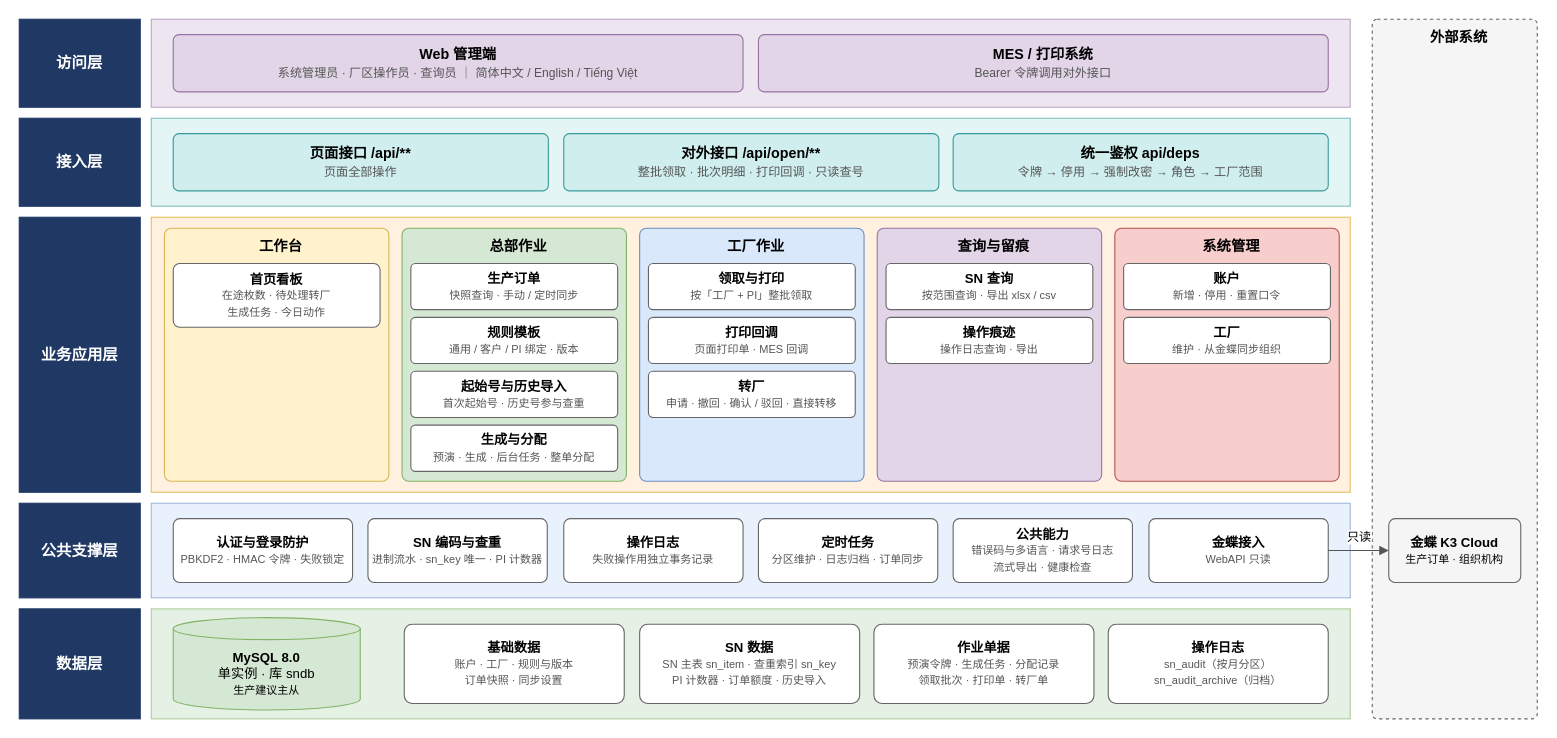
Createsnow/sn-center keeps this draw.io diagram as docs/images/系统技术方案/fig2-1-function.drawio. Above is the earlier version. Source tidied: cells renumbered, new cells numbered last; positions are measured from the earlier drawing's top-left corner, leaving out a move shared by most shapes. Both pictures are drawn from the tidied source at 110%, with x=0, y=0 at pixel (19, 19).
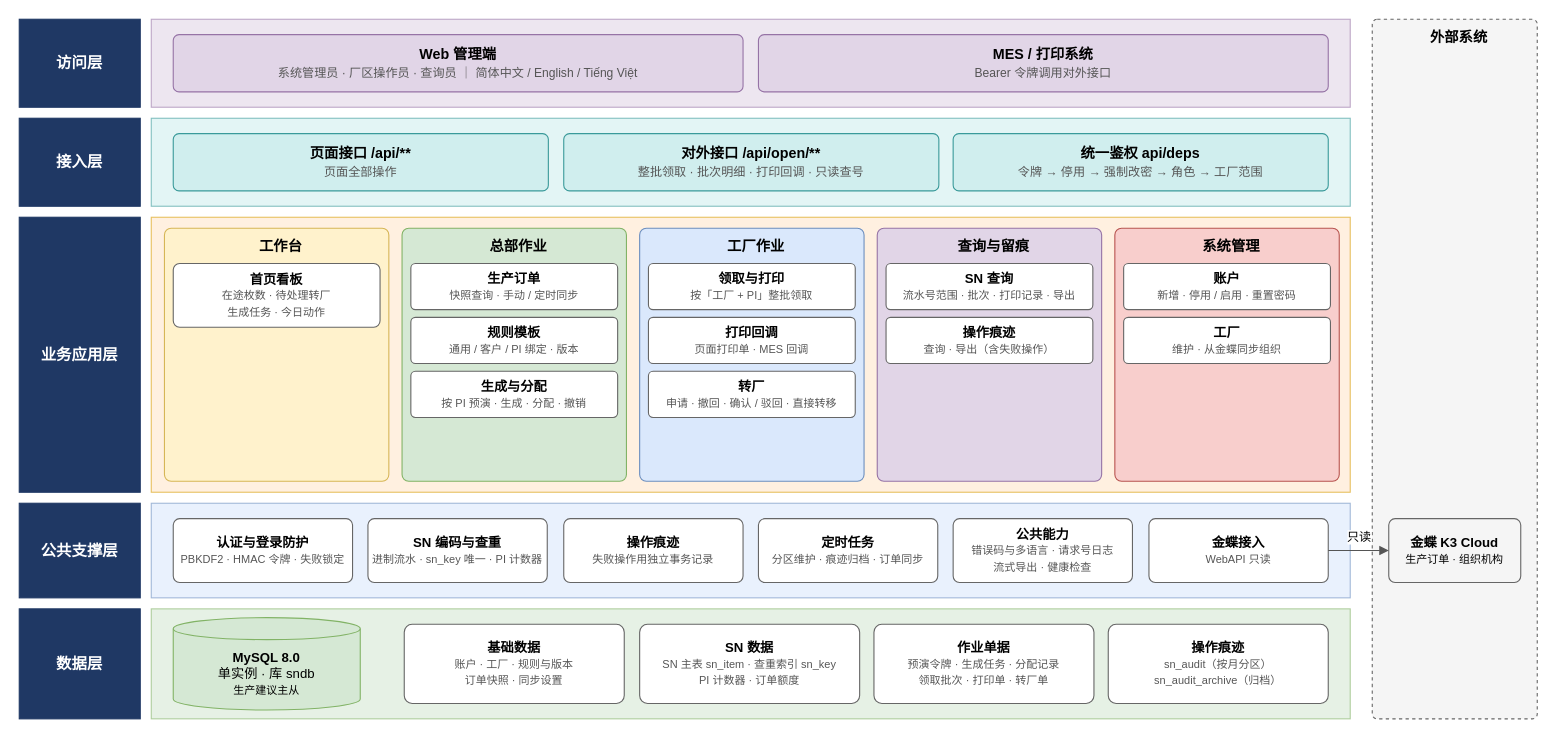
The same page after the edit.

Diff of the diagram source:
```diff
@@
-    <mxCell id="22" value="&lt;b&gt;起始号与历史导入&lt;/b&gt;&lt;br&gt;&lt;font style=&quot;font-size:10px&quot; color=&quot;#555555&quot;&gt;首次起始号 · 历史号参与查重&lt;/font&gt;" style="rounded=1;arcSize=10;whiteSpace=wrap;html=1;fillColor=#ffffff;strokeColor=#666666;fontSize=12;fontFamily=Microsoft YaHei,PingFang SC,Helvetica,Arial,WenQuanYi Zen Hei,sans-serif;" parent="1" vertex="1">
-      <mxGeometry x="356" y="320" width="188" height="42" as="geometry" />
-    </mxCell>
-    <mxCell id="23" value="&lt;b&gt;生成与分配&lt;/b&gt;&lt;br&gt;&lt;font style=&quot;font-size:10px&quot; color=&quot;#555555&quot;&gt;预演 · 生成 · 后台任务 · 整单分配&lt;/font&gt;" style="rounded=1;arcSize=10;whiteSpace=wrap;html=1;fillColor=#ffffff;strokeColor=#666666;fontSize=12;fontFamily=Microsoft YaHei,PingFang SC,Helvetica,Arial,WenQuanYi Zen Hei,sans-serif;" parent="1" vertex="1">
-      <mxGeometry x="356" y="369" width="188" height="42" as="geometry" />
+    <mxCell id="23" value="&lt;b&gt;生成与分配&lt;/b&gt;&lt;br&gt;&lt;font style=&quot;font-size:10px&quot; color=&quot;#555555&quot;&gt;按 PI 预演 · 生成 · 分配 · 撤销&lt;/font&gt;" style="rounded=1;arcSize=10;whiteSpace=wrap;html=1;fillColor=#ffffff;strokeColor=#666666;fontSize=12;fontFamily=Microsoft YaHei,PingFang SC,Helvetica,Arial,WenQuanYi Zen Hei,sans-serif;" parent="1" vertex="1">
+      <mxGeometry x="356" y="320" width="188" height="42" as="geometry" />
     </mxCell>
@@
-    <mxCell id="29" value="&lt;b&gt;SN 查询&lt;/b&gt;&lt;br&gt;&lt;font style=&quot;font-size:10px&quot; color=&quot;#555555&quot;&gt;按范围查询 · 导出 xlsx / csv&lt;/font&gt;" style="rounded=1;arcSize=10;whiteSpace=wrap;html=1;fillColor=#ffffff;strokeColor=#666666;fontSize=12;fontFamily=Microsoft YaHei,PingFang SC,Helvetica,Arial,WenQuanYi Zen Hei,sans-serif;" parent="1" vertex="1">
+    <mxCell id="29" value="&lt;b&gt;SN 查询&lt;/b&gt;&lt;br&gt;&lt;font style=&quot;font-size:10px&quot; color=&quot;#555555&quot;&gt;流水号范围 · 批次 · 打印记录 · 导出&lt;/font&gt;" style="rounded=1;arcSize=10;whiteSpace=wrap;html=1;fillColor=#ffffff;strokeColor=#666666;fontSize=12;fontFamily=Microsoft YaHei,PingFang SC,Helvetica,Arial,WenQuanYi Zen Hei,sans-serif;" parent="1" vertex="1">
       <mxGeometry x="788" y="222" width="188" height="42" as="geometry" />
     </mxCell>
-    <mxCell id="30" value="&lt;b&gt;操作痕迹&lt;/b&gt;&lt;br&gt;&lt;font style=&quot;font-size:10px&quot; color=&quot;#555555&quot;&gt;操作日志查询 · 导出&lt;/font&gt;" style="rounded=1;arcSize=10;whiteSpace=wrap;html=1;fillColor=#ffffff;strokeColor=#666666;fontSize=12;fontFamily=Microsoft YaHei,PingFang SC,Helvetica,Arial,WenQuanYi Zen Hei,sans-serif;" parent="1" vertex="1">
+    <mxCell id="30" value="&lt;b&gt;操作痕迹&lt;/b&gt;&lt;br&gt;&lt;font style=&quot;font-size:10px&quot; color=&quot;#555555&quot;&gt;查询 · 导出（含失败操作）&lt;/font&gt;" style="rounded=1;arcSize=10;whiteSpace=wrap;html=1;fillColor=#ffffff;strokeColor=#666666;fontSize=12;fontFamily=Microsoft YaHei,PingFang SC,Helvetica,Arial,WenQuanYi Zen Hei,sans-serif;" parent="1" vertex="1">
       <mxGeometry x="788" y="271" width="188" height="42" as="geometry" />
     </mxCell>
@@
-    <mxCell id="32" value="&lt;b&gt;账户&lt;/b&gt;&lt;br&gt;&lt;font style=&quot;font-size:10px&quot; color=&quot;#555555&quot;&gt;新增 · 停用 · 重置口令&lt;/font&gt;" style="rounded=1;arcSize=10;whiteSpace=wrap;html=1;fillColor=#ffffff;strokeColor=#666666;fontSize=12;fontFamily=Microsoft YaHei,PingFang SC,Helvetica,Arial,WenQuanYi Zen Hei,sans-serif;" parent="1" vertex="1">
+    <mxCell id="32" value="&lt;b&gt;账户&lt;/b&gt;&lt;br&gt;&lt;font style=&quot;font-size:10px&quot; color=&quot;#555555&quot;&gt;新增 · 停用 / 启用 · 重置密码&lt;/font&gt;" style="rounded=1;arcSize=10;whiteSpace=wrap;html=1;fillColor=#ffffff;strokeColor=#666666;fontSize=12;fontFamily=Microsoft YaHei,PingFang SC,Helvetica,Arial,WenQuanYi Zen Hei,sans-serif;" parent="1" vertex="1">
       <mxGeometry x="1004" y="222" width="188" height="42" as="geometry" />
     </mxCell>
@@
-    <mxCell id="36" value="&lt;b&gt;操作日志&lt;/b&gt;&lt;br&gt;&lt;font style=&quot;font-size:10px&quot; color=&quot;#555555&quot;&gt;失败操作用独立事务记录&lt;/font&gt;" style="rounded=1;arcSize=10;whiteSpace=wrap;html=1;fillColor=#ffffff;strokeColor=#666666;fontSize=12;fontFamily=Microsoft YaHei,PingFang SC,Helvetica,Arial,WenQuanYi Zen Hei,sans-serif;" parent="1" vertex="1">
+    <mxCell id="36" value="&lt;b&gt;操作痕迹&lt;/b&gt;&lt;br&gt;&lt;font style=&quot;font-size:10px&quot; color=&quot;#555555&quot;&gt;失败操作用独立事务记录&lt;/font&gt;" style="rounded=1;arcSize=10;whiteSpace=wrap;html=1;fillColor=#ffffff;strokeColor=#666666;fontSize=12;fontFamily=Microsoft YaHei,PingFang SC,Helvetica,Arial,WenQuanYi Zen Hei,sans-serif;" parent="1" vertex="1">
       <mxGeometry x="495" y="454" width="163" height="58" as="geometry" />
     </mxCell>
-    <mxCell id="37" value="&lt;b&gt;定时任务&lt;/b&gt;&lt;br&gt;&lt;font style=&quot;font-size:10px&quot; color=&quot;#555555&quot;&gt;分区维护 · 日志归档 · 订单同步&lt;/font&gt;" style="rounded=1;arcSize=10;whiteSpace=wrap;html=1;fillColor=#ffffff;strokeColor=#666666;fontSize=12;fontFamily=Microsoft YaHei,PingFang SC,Helvetica,Arial,WenQuanYi Zen Hei,sans-serif;" parent="1" vertex="1">
+    <mxCell id="37" value="&lt;b&gt;定时任务&lt;/b&gt;&lt;br&gt;&lt;font style=&quot;font-size:10px&quot; color=&quot;#555555&quot;&gt;分区维护 · 痕迹归档 · 订单同步&lt;/font&gt;" style="rounded=1;arcSize=10;whiteSpace=wrap;html=1;fillColor=#ffffff;strokeColor=#666666;fontSize=12;fontFamily=Microsoft YaHei,PingFang SC,Helvetica,Arial,WenQuanYi Zen Hei,sans-serif;" parent="1" vertex="1">
       <mxGeometry x="672" y="454" width="163" height="58" as="geometry" />
     </mxCell>
@@
-    <mxCell id="42" value="&lt;b&gt;SN 数据&lt;/b&gt;&lt;br&gt;&lt;font style=&quot;font-size:10px&quot; color=&quot;#555555&quot;&gt;SN 主表 sn_item · 查重索引 sn_key&lt;br&gt;PI 计数器 · 订单额度 · 历史导入&lt;/font&gt;" style="rounded=1;arcSize=10;whiteSpace=wrap;html=1;fillColor=#ffffff;strokeColor=#666666;fontSize=12;fontFamily=Microsoft YaHei,PingFang SC,Helvetica,Arial,WenQuanYi Zen Hei,sans-serif;" parent="1" vertex="1">
+    <mxCell id="42" value="&lt;b&gt;SN 数据&lt;/b&gt;&lt;br&gt;&lt;font style=&quot;font-size:10px&quot; color=&quot;#555555&quot;&gt;SN 主表 sn_item · 查重索引 sn_key&lt;br&gt;PI 计数器 · 订单额度&lt;/font&gt;" style="rounded=1;arcSize=10;whiteSpace=wrap;html=1;fillColor=#ffffff;strokeColor=#666666;fontSize=12;fontFamily=Microsoft YaHei,PingFang SC,Helvetica,Arial,WenQuanYi Zen Hei,sans-serif;" parent="1" vertex="1">
       <mxGeometry x="564" y="550" width="200" height="72" as="geometry" />
     </mxCell>
@@
-    <mxCell id="44" value="&lt;b&gt;操作日志&lt;/b&gt;&lt;br&gt;&lt;font style=&quot;font-size:10px&quot; color=&quot;#555555&quot;&gt;sn_audit（按月分区）&lt;br&gt;sn_audit_archive（归档）&lt;/font&gt;" style="rounded=1;arcSize=10;whiteSpace=wrap;html=1;fillColor=#ffffff;strokeColor=#666666;fontSize=12;fontFamily=Microsoft YaHei,PingFang SC,Helvetica,Arial,WenQuanYi Zen Hei,sans-serif;" parent="1" vertex="1">
+    <mxCell id="44" value="&lt;b&gt;操作痕迹&lt;/b&gt;&lt;br&gt;&lt;font style=&quot;font-size:10px&quot; color=&quot;#555555&quot;&gt;sn_audit（按月分区）&lt;br&gt;sn_audit_archive（归档）&lt;/font&gt;" style="rounded=1;arcSize=10;whiteSpace=wrap;html=1;fillColor=#ffffff;strokeColor=#666666;fontSize=12;fontFamily=Microsoft YaHei,PingFang SC,Helvetica,Arial,WenQuanYi Zen Hei,sans-serif;" parent="1" vertex="1">
       <mxGeometry x="990" y="550" width="200" height="72" as="geometry" />
     </mxCell>
```
